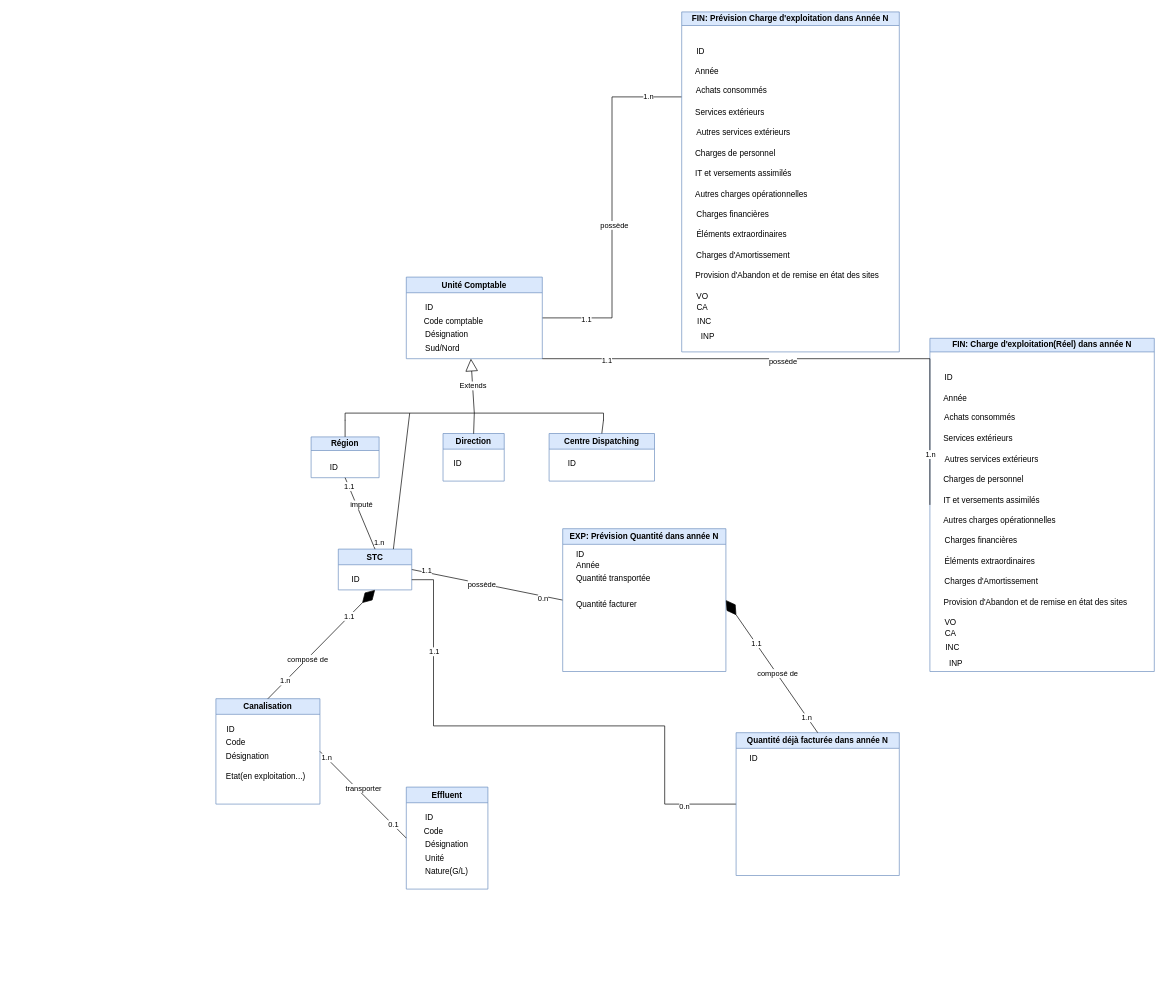
Before: Diagramme de class Tarification.drawio.xml in saddambelabed/Conception, a draw.io diagram. Source tidied: cells renumbered, new cells numbered last; positions are measured from the earlier drawing's top-left corner, leaving out a move shared by most shapes. Both pictures are drawn from the tidied source at 68%, with x=0, y=0 at pixel (216, 12).
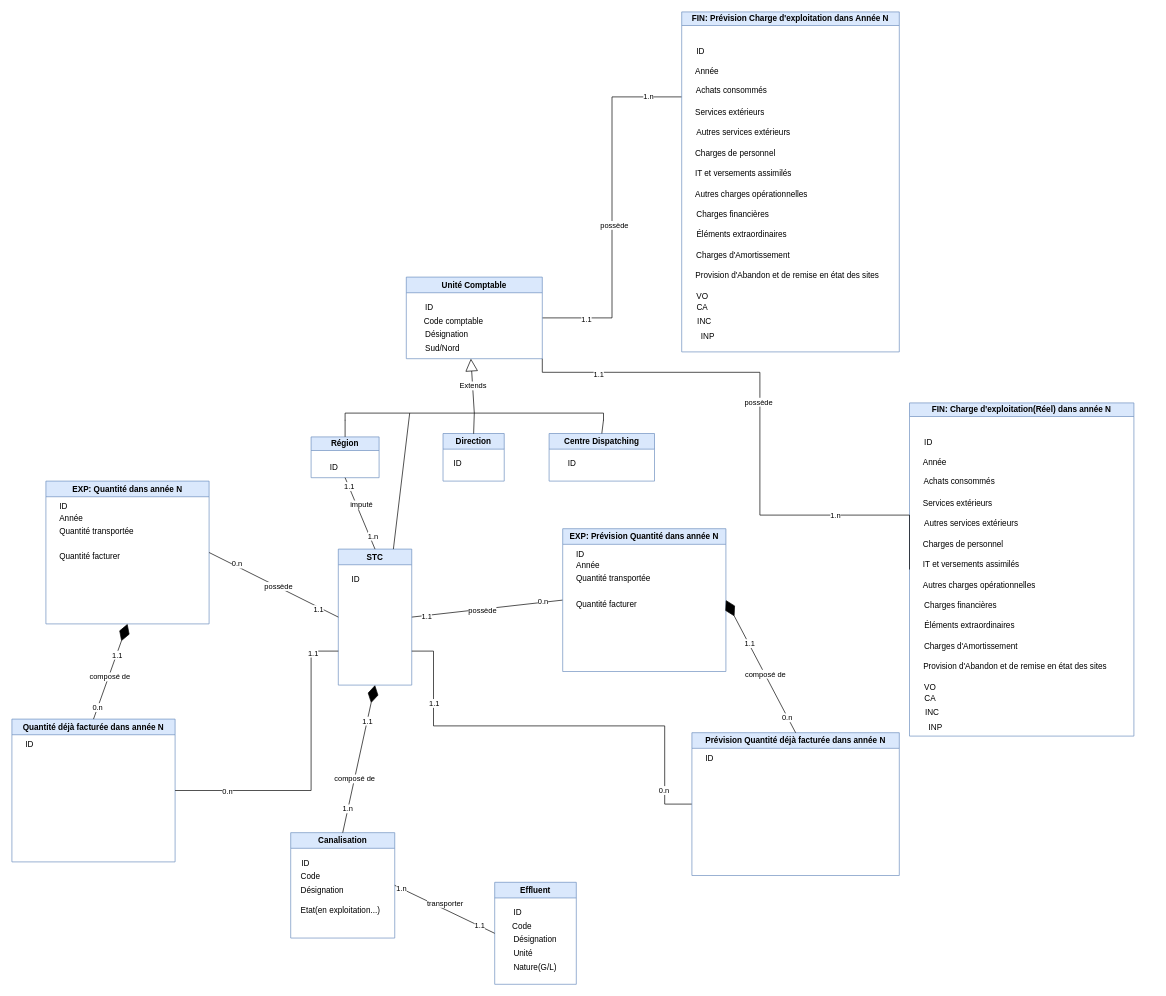
The same page after the edit.

Commit message:
Mettre à jour Diagramme de class Tarification.drawio.xml

The change refers to these unchanged cells:
```xml
<mxCell id="6" value="Unité Comptable" style="swimlane;whiteSpace=wrap;html=1;fillColor=#dae8fc;strokeColor=#6c8ebf;" parent="1" vertex="1">
  <mxGeometry x="280" y="390" width="200" height="120" as="geometry" />
</mxCell>
<mxCell id="45" value="transporter" style="html=1;verticalAlign=bottom;endArrow=none;rounded=0;exitX=1;exitY=0.5;exitDx=0;exitDy=0;entryX=0;entryY=0.5;entryDx=0;entryDy=0;endFill=0;" parent="1" edge="1" source="18" target="23">
  <mxGeometry relative="1" as="geometry" />
</mxCell>
<mxCell id="48" value="imputé" style="html=1;verticalAlign=bottom;endArrow=none;rounded=0;exitX=0.5;exitY=0;exitDx=0;exitDy=0;entryX=0.5;entryY=1;entryDx=0;entryDy=0;endFill=0;" parent="1" edge="1" source="16" target="29">
  <mxGeometry x="0.03" y="-3" relative="1" as="geometry" />
</mxCell>
<mxCell id="99" style="endArrow=diamondThin;endFill=1;endSize=24;html=1;rounded=0;entryX=1;entryY=0.5;entryDx=0;entryDy=0;exitX=0.5;exitY=0;exitDx=0;exitDy=0;" parent="1" edge="1" source="76" target="51">
  <mxGeometry relative="1" as="geometry" />
</mxCell>
```

Diff of the diagram source:
```diff
@@
     <mxCell id="16" value="STC" style="swimlane;whiteSpace=wrap;html=1;fillColor=#dae8fc;strokeColor=#6c8ebf;" parent="1" vertex="1">
-      <mxGeometry x="180" y="790" width="108" height="60" as="geometry" />
+      <mxGeometry x="180" y="790" width="108" height="200" as="geometry" />
     </mxCell>
@@
     <mxCell id="18" value="Canalisation" style="swimlane;whiteSpace=wrap;html=1;fillColor=#dae8fc;strokeColor=#6c8ebf;" parent="1" vertex="1">
-      <mxGeometry y="1010" width="153" height="155" as="geometry" />
+      <mxGeometry x="110" y="1207" width="153" height="155" as="geometry" />
     </mxCell>
@@
     <mxCell id="23" value="Effluent" style="swimlane;whiteSpace=wrap;html=1;fillColor=#dae8fc;strokeColor=#6c8ebf;" parent="1" vertex="1">
-      <mxGeometry x="280" y="1140" width="120" height="150" as="geometry" />
+      <mxGeometry x="410" y="1280" width="120" height="150" as="geometry" />
     </mxCell>
@@
-    <mxCell id="46" value="0.1" style="edgeLabel;html=1;align=center;verticalAlign=middle;" parent="45" vertex="1">
+    <mxCell id="46" value="1.1" style="edgeLabel;html=1;align=center;verticalAlign=middle;" parent="45" vertex="1">
       <mxGeometry x="0.69" y="1" relative="1" as="geometry" />
     </mxCell>
@@
     <mxCell id="50" value="1.n" style="edgeLabel;html=1;align=center;verticalAlign=middle;" parent="48" vertex="1">
       <mxGeometry x="-0.87" relative="1" as="geometry">
-        <mxPoint x="8" y="-4" as="offset" />
+        <mxPoint x="-1" y="-13" as="offset" />
       </mxGeometry>
     </mxCell>
@@
     <mxCell id="73" style="edgeStyle=orthogonalEdgeStyle;rounded=0;jettySize=auto;html=1;entryX=1;entryY=0.75;entryDx=0;entryDy=0;exitX=0;exitY=0.5;exitDx=0;exitDy=0;endArrow=none;endFill=0;" parent="1" edge="1" source="76" target="16">
       <mxGeometry relative="1" as="geometry">
         <Array as="points">
+          <mxPoint x="660" y="1165" />
           <mxPoint x="660" y="1050" />
           <mxPoint x="320" y="1050" />
-          <mxPoint x="320" y="835" />
+          <mxPoint x="320" y="940" />
         </Array>
       </mxGeometry>
     </mxCell>
@@
-    <mxCell id="76" value="&lt;span style=&quot;text-align: left;&quot;&gt;Quantité déjà&amp;nbsp;facturée&amp;nbsp;&lt;/span&gt;dans année N" style="swimlane;whiteSpace=wrap;html=1;startSize=23;fillColor=#dae8fc;strokeColor=#6c8ebf;" parent="1" vertex="1">
-      <mxGeometry x="765" y="1060" width="240" height="210" as="geometry" />
+    <mxCell id="76" value="&lt;span style=&quot;text-align: left;&quot;&gt;Prévision Quantité déjà&amp;nbsp;facturée&amp;nbsp;&lt;/span&gt;dans année N" style="swimlane;whiteSpace=wrap;html=1;startSize=23;fillColor=#dae8fc;strokeColor=#6c8ebf;" parent="1" vertex="1">
+      <mxGeometry x="700" y="1060" width="305" height="210" as="geometry" />
     </mxCell>
@@
     <mxCell id="78" value="FIN: Charge d'exploitation(Réel) dans année N" style="swimlane;whiteSpace=wrap;html=1;startSize=20;fillColor=#dae8fc;strokeColor=#6c8ebf;" parent="1" vertex="1">
-      <mxGeometry x="1050" y="480" width="330" height="490" as="geometry" />
+      <mxGeometry x="1020" y="575" width="330" height="490" as="geometry" />
     </mxCell>
@@
     <mxCell id="95" style="edgeStyle=orthogonalEdgeStyle;rounded=0;jettySize=auto;html=1;endArrow=none;endFill=0;entryX=0;entryY=0.5;entryDx=0;entryDy=0;exitX=1;exitY=1;exitDx=0;exitDy=0;" parent="1" edge="1" source="6" target="78">
       <mxGeometry relative="1" as="geometry">
         <Array as="points">
-          <mxPoint x="1050" y="510" />
+          <mxPoint x="480" y="530" />
+          <mxPoint x="800" y="530" />
+          <mxPoint x="800" y="740" />
+          <mxPoint x="1020" y="740" />
         </Array>
       </mxGeometry>
     </mxCell>
@@
     <mxCell id="97" value="1.n" style="edgeLabel;html=1;align=center;verticalAlign=middle;" parent="95" vertex="1">
-      <mxGeometry x="0.81" relative="1" as="geometry" />
+      <mxGeometry x="0.81" relative="1" as="geometry">
+        <mxPoint x="-109" as="offset" />
+      </mxGeometry>
     </mxCell>
@@
-    <mxCell id="101" value="1.n" style="edgeLabel;html=1;align=center;verticalAlign=middle;" parent="99" vertex="1">
+    <mxCell id="101" value="0.n" style="edgeLabel;html=1;align=center;verticalAlign=middle;" parent="99" vertex="1">
       <mxGeometry x="-0.76" y="1" relative="1" as="geometry" />
     </mxCell>
@@
+    <mxCell id="103" value="EXP: Quantité dans année N" style="swimlane;whiteSpace=wrap;html=1;startSize=23;fillColor=#dae8fc;strokeColor=#6c8ebf;" parent="1" vertex="1">
+      <mxGeometry x="-250" y="690" width="240" height="210" as="geometry" />
+    </mxCell>
+    <mxCell id="104" value="ID" style="text;html=1;align=left;verticalAlign=middle;strokeColor=none;fillColor=none;" parent="103" vertex="1">
+      <mxGeometry x="18" y="23" width="40" height="30" as="geometry" />
+    </mxCell>
+    <mxCell id="105" value="Quantité transportée" style="text;html=1;align=left;verticalAlign=middle;strokeColor=none;fillColor=none;" parent="103" vertex="1">
+      <mxGeometry x="18" y="59" width="130" height="30" as="geometry" />
+    </mxCell>
+    <mxCell id="106" value="Année" style="text;html=1;align=left;verticalAlign=middle;strokeColor=none;fillColor=none;" parent="103" vertex="1">
+      <mxGeometry x="18" y="40" width="60" height="30" as="geometry" />
+    </mxCell>
+    <mxCell id="107" value="Quantité facturer" style="text;html=1;align=left;verticalAlign=middle;strokeColor=none;fillColor=none;" parent="103" vertex="1">
+      <mxGeometry x="18" y="96" width="110" height="30" as="geometry" />
+    </mxCell>
+    <mxCell id="108" style="edgeStyle=none;rounded=0;jettySize=auto;html=1;exitX=0;exitY=0.5;exitDx=0;exitDy=0;entryX=1;entryY=0.5;entryDx=0;entryDy=0;endArrow=none;endFill=0;" parent="1" edge="1" source="16" target="103">
+      <mxGeometry relative="1" as="geometry" />
+    </mxCell>
+    <mxCell id="109" value="0.n" style="edgeLabel;html=1;align=center;verticalAlign=middle;" parent="108" vertex="1">
+      <mxGeometry x="0.88" relative="1" as="geometry">
+        <mxPoint x="29" y="11" as="offset" />
+      </mxGeometry>
+    </mxCell>
+    <mxCell id="110" value="1.1" style="edgeLabel;html=1;align=center;verticalAlign=middle;" parent="108" vertex="1">
+      <mxGeometry x="-0.91" relative="1" as="geometry">
+        <mxPoint x="-21" y="-7" as="offset" />
+      </mxGeometry>
+    </mxCell>
+    <mxCell id="111" value="possède" style="edgeLabel;html=1;align=center;verticalAlign=middle;" parent="108" vertex="1">
+      <mxGeometry x="-0.07" y="-1" relative="1" as="geometry" />
+    </mxCell>
+    <mxCell id="112" value="&lt;span style=&quot;text-align: left;&quot;&gt;Quantité déjà&amp;nbsp;facturée&amp;nbsp;&lt;/span&gt;dans année N" style="swimlane;whiteSpace=wrap;html=1;startSize=23;fillColor=#dae8fc;strokeColor=#6c8ebf;" parent="1" vertex="1">
+      <mxGeometry x="-300" y="1040" width="240" height="210" as="geometry" />
+    </mxCell>
+    <mxCell id="113" value="ID" style="text;html=1;align=left;verticalAlign=middle;strokeColor=none;fillColor=none;" parent="112" vertex="1">
+      <mxGeometry x="18" y="23" width="40" height="30" as="geometry" />
+    </mxCell>
+    <mxCell id="114" style="edgeStyle=orthogonalEdgeStyle;rounded=0;jettySize=auto;html=1;exitX=0;exitY=0.75;exitDx=0;exitDy=0;endArrow=none;endFill=0;entryX=1;entryY=0.5;entryDx=0;entryDy=0;" parent="1" edge="1" source="16" target="112">
+      <mxGeometry relative="1" as="geometry">
+        <Array as="points">
+          <mxPoint x="140" y="940" />
+          <mxPoint x="140" y="1145" />
+        </Array>
+      </mxGeometry>
+    </mxCell>
+    <mxCell id="115" value="0.n" style="edgeLabel;html=1;align=center;verticalAlign=middle;" parent="114" vertex="1">
+      <mxGeometry x="0.66" relative="1" as="geometry" />
+    </mxCell>
+    <mxCell id="116" value="1.1" style="edgeLabel;html=1;align=center;verticalAlign=middle;" parent="114" vertex="1">
+      <mxGeometry x="-0.81" y="2" relative="1" as="geometry" />
+    </mxCell>
+    <mxCell id="117" style="endArrow=diamondThin;endFill=1;endSize=24;html=1;rounded=0;entryX=0.5;entryY=1;entryDx=0;entryDy=0;exitX=0.5;exitY=0;exitDx=0;exitDy=0;" parent="1" edge="1" source="112" target="103">
+      <mxGeometry relative="1" as="geometry" />
+    </mxCell>
+    <mxCell id="118" value="1.1" style="edgeLabel;html=1;align=center;verticalAlign=middle;" parent="117" vertex="1">
+      <mxGeometry x="0.35" relative="1" as="geometry">
+        <mxPoint x="1" as="offset" />
+      </mxGeometry>
+    </mxCell>
+    <mxCell id="119" value="0.n" style="edgeLabel;html=1;align=center;verticalAlign=middle;" parent="117" vertex="1">
+      <mxGeometry x="-0.76" y="1" relative="1" as="geometry" />
+    </mxCell>
+    <mxCell id="120" value="composé de" style="edgeLabel;html=1;align=center;verticalAlign=middle;" parent="117" vertex="1">
+      <mxGeometry x="-0.11" relative="1" as="geometry">
+        <mxPoint x="1" as="offset" />
+      </mxGeometry>
+    </mxCell>
```
